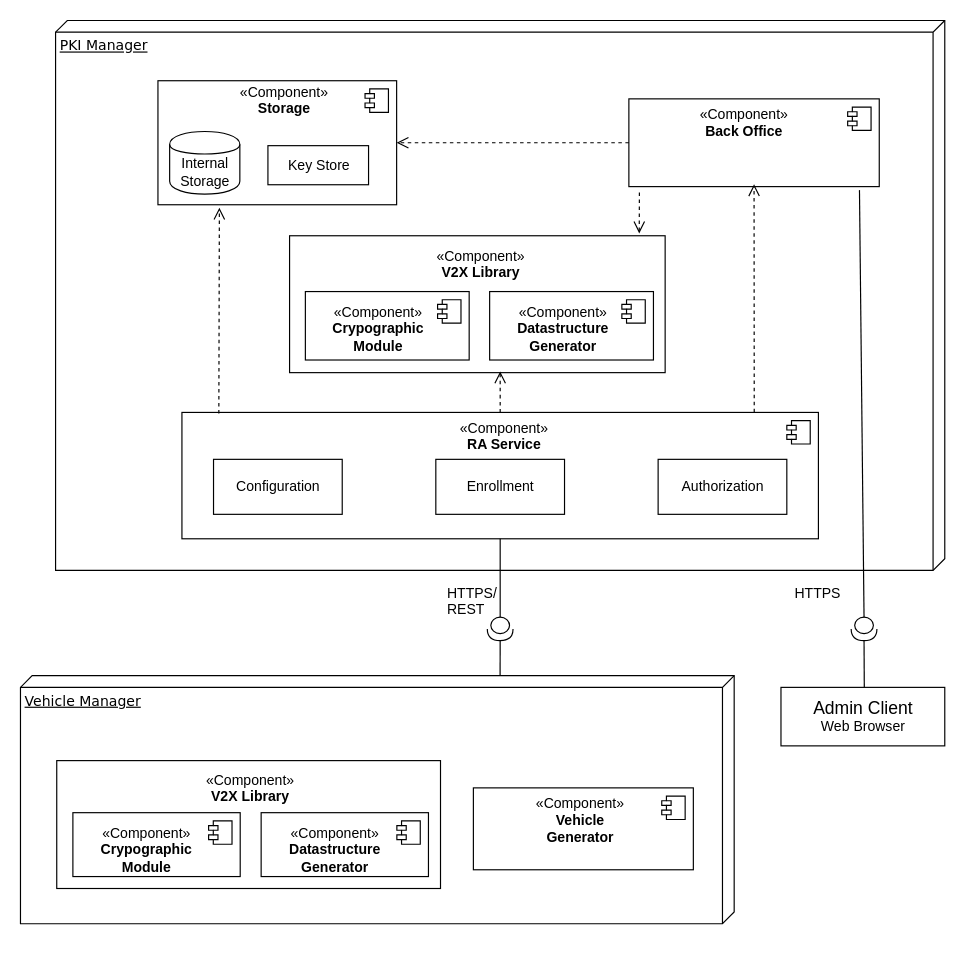
Earlier version of the draw.io diagram LaTeX_v7/Figures/source_files/architecture.drawio (LeonardoGoncalves94/chamenta3). Source tidied: cells renumbered, new cells numbered last; positions are measured from the earlier drawing's top-left corner, leaving out a move shared by most shapes. Both pictures are drawn from the tidied source at 117%, with x=0, y=0 at pixel (20, 20).
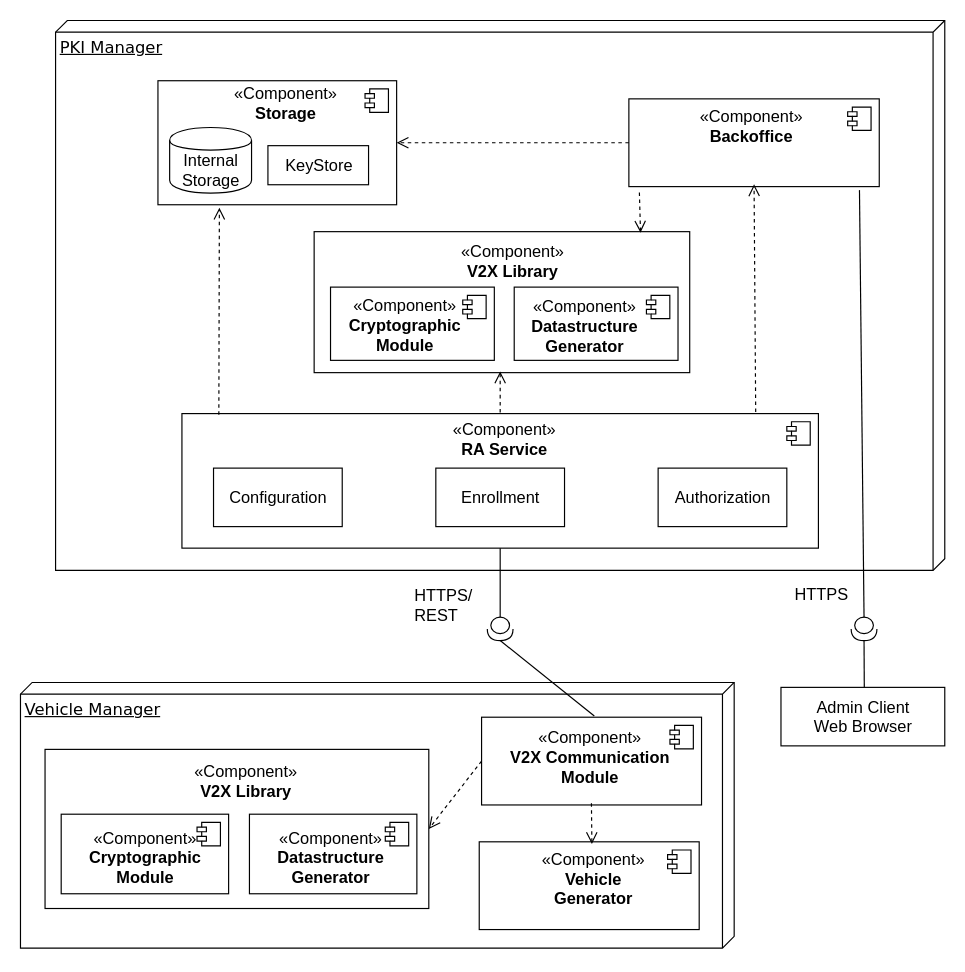
Above is the later version.

Unchanged cells that the change refers to:
```xml
<mxCell id="3" style="html=1;" parent="1" vertex="1">
  <mxGeometry x="117.5" y="51.5" width="204" height="106" as="geometry" />
</mxCell>
<mxCell id="14" style="html=1;" parent="1" vertex="1">
  <mxGeometry x="520" y="67" width="214" height="75" as="geometry" />
</mxCell>
<mxCell id="17" style="shape=providedRequiredInterface;html=1;verticalLabelPosition=bottom;direction=south;" parent="1" vertex="1">
  <mxGeometry x="399" y="510" width="22" height="20" as="geometry" />
</mxCell>
```

The edit, as a diff of the source:
```diff
@@
-    <mxCell id="2" value="PKI Manager" style="verticalAlign=top;align=left;spacingTop=8;spacingLeft=2;spacingRight=12;shape=cube;size=10;direction=south;fontStyle=4;html=1;rounded=0;shadow=0;comic=0;labelBackgroundColor=none;strokeColor=#000000;strokeWidth=1;fillColor=#ffffff;fontFamily=Verdana;fontSize=12;fontColor=#000000;" parent="1" vertex="1">
+    <mxCell id="2" value="&lt;font style=&quot;font-size: 14px&quot;&gt;PKI Manager&lt;/font&gt;" style="verticalAlign=top;align=left;spacingTop=8;spacingLeft=2;spacingRight=12;shape=cube;size=10;direction=south;fontStyle=4;html=1;rounded=0;shadow=0;comic=0;labelBackgroundColor=none;strokeColor=#000000;strokeWidth=1;fillColor=#ffffff;fontFamily=Verdana;fontSize=12;fontColor=#000000;" parent="1" vertex="1">
       <mxGeometry x="30" width="760" height="470" as="geometry" />
     </mxCell>
@@
-    <mxCell id="5" value="&lt;div align=&quot;center&quot;&gt;«Component» &lt;br&gt;&lt;/div&gt;&lt;div align=&quot;center&quot;&gt;&lt;b&gt;Storage&lt;/b&gt;&lt;/div&gt;" style="text;html=1;" parent="3" vertex="1">
-      <mxGeometry x="68" y="-3.7" width="150" height="20" as="geometry" />
+    <mxCell id="5" value="&lt;div align=&quot;center&quot; style=&quot;font-size: 14px&quot;&gt;&lt;font style=&quot;font-size: 14px&quot;&gt;«Component» &lt;br&gt;&lt;/font&gt;&lt;/div&gt;&lt;div align=&quot;center&quot; style=&quot;font-size: 14px&quot;&gt;&lt;b&gt;&lt;font style=&quot;font-size: 14px&quot;&gt;Storage&lt;/font&gt;&lt;/b&gt;&lt;/div&gt;" style="text;html=1;" parent="3" vertex="1">
+      <mxGeometry x="63" y="-3.7" width="150" height="20" as="geometry" />
     </mxCell>
-    <mxCell id="6" value="&lt;div&gt;Internal&lt;/div&gt;&lt;div&gt;Storage&lt;br&gt;&lt;/div&gt;" style="shape=cylinder;whiteSpace=wrap;html=1;boundedLbl=1;backgroundOutline=1;" parent="3" vertex="1">
-      <mxGeometry x="10" y="43.4" width="60" height="53.5" as="geometry" />
+    <mxCell id="6" value="&lt;div style=&quot;font-size: 14px&quot;&gt;&lt;font style=&quot;font-size: 14px&quot;&gt;Internal&lt;/font&gt;&lt;/div&gt;&lt;div style=&quot;font-size: 14px&quot;&gt;&lt;font style=&quot;font-size: 14px&quot;&gt;Storage&lt;/font&gt;&lt;br&gt;&lt;/div&gt;" style="shape=cylinder;whiteSpace=wrap;html=1;boundedLbl=1;backgroundOutline=1;" parent="3" vertex="1">
+      <mxGeometry x="10" y="40" width="70" height="56" as="geometry" />
     </mxCell>
-    <mxCell id="7" value="Key Store" style="html=1;" parent="3" vertex="1">
+    <mxCell id="7" value="&lt;font style=&quot;font-size: 14px&quot;&gt;KeyStore&lt;/font&gt;" style="html=1;" parent="3" vertex="1">
       <mxGeometry x="94" y="55.5" width="86" height="33.4" as="geometry" />
     </mxCell>
     <mxCell id="8" style="html=1;" parent="1" vertex="1">
-      <mxGeometry x="138" y="335" width="544" height="108" as="geometry" />
+      <mxGeometry x="138" y="336" width="544" height="115" as="geometry" />
     </mxCell>
@@
-    <mxCell id="10" value="&lt;div align=&quot;center&quot;&gt;«Component»&lt;/div&gt;&lt;div align=&quot;center&quot;&gt;&lt;b&gt; RA Service&lt;/b&gt;&lt;/div&gt;" style="text;html=1;" parent="8" vertex="1">
-      <mxGeometry x="236.2" y="0.1" width="291.4" height="36" as="geometry" />
+    <mxCell id="10" value="&lt;div align=&quot;center&quot; style=&quot;font-size: 14px&quot;&gt;&lt;font style=&quot;font-size: 14px&quot;&gt;«Component»&lt;/font&gt;&lt;/div&gt;&lt;div align=&quot;center&quot; style=&quot;font-size: 14px&quot;&gt;&lt;b&gt;&lt;font style=&quot;font-size: 14px&quot;&gt; RA Service&lt;/font&gt;&lt;/b&gt;&lt;/div&gt;" style="text;html=1;" parent="8" vertex="1">
+      <mxGeometry x="230" y="-1.1" width="300" height="38.3" as="geometry" />
     </mxCell>
-    <mxCell id="11" value="Configuration" style="html=1;" parent="8" vertex="1">
-      <mxGeometry x="27" y="40.1" width="110" height="47" as="geometry" />
+    <mxCell id="11" value="&lt;font style=&quot;font-size: 14px&quot;&gt;Configuration&lt;/font&gt;" style="html=1;" parent="8" vertex="1">
+      <mxGeometry x="27" y="46.6" width="110" height="50" as="geometry" />
     </mxCell>
-    <mxCell id="12" value="Enrollment" style="html=1;" parent="8" vertex="1">
-      <mxGeometry x="217" y="40.1" width="110" height="47" as="geometry" />
+    <mxCell id="12" value="&lt;font style=&quot;font-size: 14px&quot;&gt;Enrollment&lt;/font&gt;" style="html=1;" parent="8" vertex="1">
+      <mxGeometry x="217" y="46.6" width="110" height="50" as="geometry" />
     </mxCell>
-    <mxCell id="13" value="Authorization" style="html=1;" parent="8" vertex="1">
-      <mxGeometry x="407" y="40.1" width="110" height="47" as="geometry" />
+    <mxCell id="13" value="&lt;font style=&quot;font-size: 14px&quot;&gt;Authorization&lt;/font&gt;" style="html=1;" parent="8" vertex="1">
+      <mxGeometry x="407" y="46.6" width="110" height="50" as="geometry" />
     </mxCell>
@@
-    <mxCell id="16" value="&lt;div align=&quot;center&quot;&gt;«Component»&lt;/div&gt;&lt;div align=&quot;center&quot;&gt;&lt;b&gt;Back Office&lt;/b&gt;&lt;/div&gt;" style="text;html=1;" parent="14" vertex="1">
+    <mxCell id="16" value="&lt;div align=&quot;center&quot; style=&quot;font-size: 14px&quot;&gt;&lt;font style=&quot;font-size: 14px&quot;&gt;«Component»&lt;/font&gt;&lt;/div&gt;&lt;div align=&quot;center&quot; style=&quot;font-size: 14px&quot;&gt;&lt;b&gt;&lt;font style=&quot;font-size: 14px&quot;&gt;Backoffice&lt;/font&gt;&lt;/b&gt;&lt;/div&gt;" style="text;html=1;" parent="14" vertex="1">
       <mxGeometry x="59.4" width="178.3" height="25" as="geometry" />
     </mxCell>
@@
     <mxCell id="19" style="group;" parent="1" vertex="1">
-      <mxGeometry x="230" y="184" width="321" height="117" as="geometry" />
+      <mxGeometry x="251" y="190" width="321" height="111" as="geometry" />
     </mxCell>
     <mxCell id="20" style="html=1;" parent="19" vertex="1">
-      <mxGeometry width="321" height="117" as="geometry" />
+      <mxGeometry y="-9.5" width="321" height="120.5" as="geometry" />
     </mxCell>
-    <mxCell id="21" value="&lt;div align=&quot;center&quot;&gt;«Component»&lt;b&gt;&lt;br&gt;&lt;/b&gt;&lt;/div&gt;&lt;div align=&quot;center&quot;&gt;&lt;b&gt;V2X Library&lt;br&gt;&lt;/b&gt;&lt;/div&gt;" style="text;html=1;" parent="19" vertex="1">
-      <mxGeometry x="123.5" y="3.6" width="150" height="64.2" as="geometry" />
+    <mxCell id="21" value="&lt;div align=&quot;center&quot; style=&quot;font-size: 14px&quot;&gt;&lt;font style=&quot;font-size: 14px&quot;&gt;«Component»&lt;b&gt;&lt;br&gt;&lt;/b&gt;&lt;/font&gt;&lt;/div&gt;&lt;div align=&quot;center&quot; style=&quot;font-size: 14px&quot;&gt;&lt;b&gt;&lt;font style=&quot;font-size: 14px&quot;&gt;V2X Library&lt;/font&gt;&lt;br&gt;&lt;/b&gt;&lt;/div&gt;" style="text;html=1;" parent="19" vertex="1">
+      <mxGeometry x="123.5" y="-7" width="150" height="60.9" as="geometry" />
     </mxCell>
     <mxCell id="22" style="html=1;" parent="19" vertex="1">
-      <mxGeometry x="171" y="47.7" width="140" height="58.5" as="geometry" />
+      <mxGeometry x="171" y="37.9" width="140" height="62.6" as="geometry" />
     </mxCell>
@@
-    <mxCell id="24" value="&lt;div align=&quot;center&quot;&gt;«Component»&lt;/div&gt;&lt;div align=&quot;center&quot;&gt;&lt;b&gt;Datastructure&lt;/b&gt;&lt;/div&gt;&lt;div align=&quot;center&quot;&gt;&lt;b&gt;Generator&lt;/b&gt;&lt;br&gt;&lt;/div&gt;" style="text;html=1;" parent="22" vertex="1">
-      <mxGeometry x="21.5" y="4.5" width="81.2" height="31.5" as="geometry" />
+    <mxCell id="24" value="&lt;div align=&quot;center&quot; style=&quot;font-size: 14px&quot;&gt;&lt;font style=&quot;font-size: 14px&quot;&gt;«Component»&lt;/font&gt;&lt;/div&gt;&lt;div align=&quot;center&quot; style=&quot;font-size: 14px&quot;&gt;&lt;b&gt;&lt;font style=&quot;font-size: 14px&quot;&gt;Datastructure&lt;/font&gt;&lt;/b&gt;&lt;/div&gt;&lt;div align=&quot;center&quot; style=&quot;font-size: 14px&quot;&gt;&lt;b&gt;&lt;font style=&quot;font-size: 14px&quot;&gt;Generator&lt;/font&gt;&lt;/b&gt;&lt;br&gt;&lt;/div&gt;" style="text;html=1;" parent="22" vertex="1">
+      <mxGeometry x="12.5" y="2" width="81.2" height="33.7" as="geometry" />
     </mxCell>
     <mxCell id="25" style="html=1;" parent="19" vertex="1">
-      <mxGeometry x="13.5" y="47.7" width="140" height="58.5" as="geometry" />
+      <mxGeometry x="14" y="37.9" width="140" height="62.6" as="geometry" />
     </mxCell>
@@
-    <mxCell id="27" value="&lt;div align=&quot;center&quot;&gt;«Component»&lt;/div&gt;&lt;div align=&quot;center&quot;&gt;&lt;b&gt;Crypographic&lt;/b&gt;&lt;/div&gt;&lt;div align=&quot;center&quot;&gt;&lt;b&gt;Module&lt;br&gt;&lt;/b&gt;&lt;/div&gt;" style="text;html=1;" parent="25" vertex="1">
-      <mxGeometry x="21.8" y="4.4" width="77.1" height="19.5" as="geometry" />
+    <mxCell id="27" value="&lt;div align=&quot;center&quot; style=&quot;font-size: 14px&quot;&gt;&lt;font style=&quot;font-size: 14px&quot;&gt;«Component»&lt;/font&gt;&lt;/div&gt;&lt;div align=&quot;center&quot; style=&quot;font-size: 14px&quot;&gt;&lt;b&gt;&lt;font style=&quot;font-size: 14px&quot;&gt;Crypt&lt;/font&gt;&lt;/b&gt;&lt;b style=&quot;text-align: left&quot;&gt;ographic&lt;/b&gt;&lt;/div&gt;&lt;div align=&quot;center&quot; style=&quot;font-size: 14px&quot;&gt;&lt;b&gt;&lt;font style=&quot;font-size: 14px&quot;&gt;Module&lt;/font&gt;&lt;br&gt;&lt;/b&gt;&lt;/div&gt;" style="text;html=1;" parent="25" vertex="1">
+      <mxGeometry x="13.8" y="0.9" width="77.1" height="20.9" as="geometry" />
     </mxCell>
-    <mxCell id="28" value="&lt;div&gt;&lt;font style=&quot;font-size: 12px&quot;&gt;HTTPS/&lt;/font&gt;&lt;/div&gt;&lt;div&gt;&lt;font style=&quot;font-size: 12px&quot;&gt;REST&lt;/font&gt;&lt;/div&gt;" style="text;html=1;align=left;verticalAlign=top;spacingTop=-4;" parent="1" vertex="1">
-      <mxGeometry x="362.5" y="480" width="60" height="30" as="geometry" />
+    <mxCell id="28" value="&lt;div style=&quot;font-size: 14px&quot;&gt;&lt;font style=&quot;font-size: 14px&quot;&gt;HTTPS/&lt;/font&gt;&lt;/div&gt;&lt;div style=&quot;font-size: 14px&quot;&gt;&lt;font style=&quot;font-size: 14px&quot;&gt;REST&lt;/font&gt;&lt;/div&gt;" style="text;html=1;align=left;verticalAlign=top;spacingTop=-4;" parent="1" vertex="1">
+      <mxGeometry x="335" y="481" width="70" height="30" as="geometry" />
     </mxCell>
@@
-    <mxCell id="32" style="html=1;verticalAlign=bottom;endArrow=open;dashed=1;endSize=8;exitX=0.042;exitY=1.067;exitDx=0;exitDy=0;exitPerimeter=0;entryX=0.931;entryY=-0.017;entryDx=0;entryDy=0;entryPerimeter=0;" parent="1" edge="1" source="14" target="20">
+    <mxCell id="32" style="html=1;verticalAlign=bottom;endArrow=open;dashed=1;endSize=8;exitX=0.042;exitY=1.067;exitDx=0;exitDy=0;exitPerimeter=0;entryX=0.869;entryY=0.007;entryDx=0;entryDy=0;entryPerimeter=0;" parent="1" edge="1" source="14" target="20">
       <mxGeometry relative="1" as="geometry" />
     </mxCell>
@@
     <mxCell id="34" style="group;" parent="1" vertex="1">
-      <mxGeometry x="30" y="563" width="610" height="212" as="geometry" />
+      <mxGeometry x="30" y="569" width="610" height="227" as="geometry" />
     </mxCell>
-    <mxCell id="35" value="Vehicle Manager" style="verticalAlign=top;align=left;spacingTop=8;spacingLeft=2;spacingRight=12;shape=cube;size=10;direction=south;fontStyle=4;html=1;rounded=0;shadow=0;comic=0;labelBackgroundColor=none;strokeColor=#000000;strokeWidth=1;fillColor=#ffffff;fontFamily=Verdana;fontSize=12;fontColor=#000000;" parent="34" vertex="1">
-      <mxGeometry x="-30" y="-3" width="610" height="212" as="geometry" />
+    <mxCell id="35" value="&lt;font style=&quot;font-size: 14px&quot;&gt;Vehicle Manager&lt;/font&gt;" style="verticalAlign=top;align=left;spacingTop=8;spacingLeft=2;spacingRight=12;shape=cube;size=10;direction=south;fontStyle=4;html=1;rounded=0;shadow=0;comic=0;labelBackgroundColor=none;strokeColor=#000000;strokeWidth=1;fillColor=#ffffff;fontFamily=Verdana;fontSize=12;fontColor=#000000;" parent="34" vertex="1">
+      <mxGeometry x="-30" y="-3.2" width="610" height="227" as="geometry" />
     </mxCell>
     <mxCell id="36" style="group;" parent="34" vertex="1">
-      <mxGeometry x="1" y="69.6" width="328" height="109.3" as="geometry" />
+      <mxGeometry x="-9" y="54" width="328" height="136" as="geometry" />
     </mxCell>
     <mxCell id="37" style="html=1;" parent="36" vertex="1">
-      <mxGeometry width="328" height="109.3" as="geometry" />
+      <mxGeometry width="328" height="136" as="geometry" />
     </mxCell>
-    <mxCell id="38" value="&lt;div align=&quot;center&quot;&gt;«Component»&lt;b&gt;&lt;br&gt;&lt;/b&gt;&lt;/div&gt;&lt;div align=&quot;center&quot;&gt;&lt;b&gt;V2X Library&lt;br&gt;&lt;/b&gt;&lt;/div&gt;" style="text;html=1;" parent="36" vertex="1">
-      <mxGeometry x="126.2" y="3.4" width="153.3" height="60" as="geometry" />
+    <mxCell id="38" value="&lt;div align=&quot;center&quot; style=&quot;font-size: 14px&quot;&gt;&lt;font style=&quot;font-size: 14px&quot;&gt;«Component»&lt;b&gt;&lt;br&gt;&lt;/b&gt;&lt;/font&gt;&lt;/div&gt;&lt;div align=&quot;center&quot; style=&quot;font-size: 14px&quot;&gt;&lt;b&gt;&lt;font style=&quot;font-size: 14px&quot;&gt;V2X Library&lt;/font&gt;&lt;br&gt;&lt;/b&gt;&lt;/div&gt;" style="text;html=1;" parent="36" vertex="1">
+      <mxGeometry x="126.2" y="4.2" width="153.3" height="74.6" as="geometry" />
     </mxCell>
     <mxCell id="39" style="html=1;" parent="36" vertex="1">
-      <mxGeometry x="174.7" y="44.5" width="143" height="54.6" as="geometry" />
+      <mxGeometry x="174.7" y="55.4" width="143.1" height="68" as="geometry" />
     </mxCell>
@@
-    <mxCell id="41" value="&lt;div align=&quot;center&quot;&gt;«Component»&lt;/div&gt;&lt;div align=&quot;center&quot;&gt;&lt;b&gt;Datastructure&lt;/b&gt;&lt;/div&gt;&lt;div align=&quot;center&quot;&gt;&lt;b&gt;Generator&lt;/b&gt;&lt;br&gt;&lt;/div&gt;" style="text;html=1;" parent="39" vertex="1">
-      <mxGeometry x="21.9" y="4.2" width="83" height="29.4" as="geometry" />
+    <mxCell id="41" value="&lt;div align=&quot;center&quot; style=&quot;font-size: 14px&quot;&gt;&lt;font style=&quot;font-size: 14px&quot;&gt;«Component»&lt;/font&gt;&lt;/div&gt;&lt;div align=&quot;center&quot; style=&quot;font-size: 14px&quot;&gt;&lt;b&gt;&lt;font style=&quot;font-size: 14px&quot;&gt;Datastructure&lt;/font&gt;&lt;/b&gt;&lt;/div&gt;&lt;div align=&quot;center&quot; style=&quot;font-size: 14px&quot;&gt;&lt;b&gt;&lt;font style=&quot;font-size: 14px&quot;&gt;Generator&lt;/font&gt;&lt;/b&gt;&lt;br&gt;&lt;/div&gt;" style="text;html=1;" parent="39" vertex="1">
+      <mxGeometry x="21.9" y="5.2" width="83" height="36.6" as="geometry" />
     </mxCell>
     <mxCell id="42" style="html=1;" parent="36" vertex="1">
-      <mxGeometry x="13.8" y="44.5" width="143" height="54.6" as="geometry" />
+      <mxGeometry x="13.8" y="55.4" width="143.1" height="68" as="geometry" />
     </mxCell>
@@
-    <mxCell id="44" value="&lt;div align=&quot;center&quot;&gt;«Component»&lt;/div&gt;&lt;div align=&quot;center&quot;&gt;&lt;b&gt;Crypographic&lt;/b&gt;&lt;/div&gt;&lt;div align=&quot;center&quot;&gt;&lt;b&gt;Module&lt;br&gt;&lt;/b&gt;&lt;/div&gt;" style="text;html=1;" parent="42" vertex="1">
-      <mxGeometry x="22.3" y="4.1" width="78.8" height="18.2" as="geometry" />
+    <mxCell id="44" value="&lt;div align=&quot;center&quot; style=&quot;font-size: 14px&quot;&gt;&lt;font style=&quot;font-size: 14px&quot;&gt;«Component»&lt;/font&gt;&lt;/div&gt;&lt;div align=&quot;center&quot; style=&quot;font-size: 14px&quot;&gt;&lt;b&gt;&lt;font style=&quot;font-size: 14px&quot;&gt;Cryptographic&lt;/font&gt;&lt;/b&gt;&lt;/div&gt;&lt;div align=&quot;center&quot; style=&quot;font-size: 14px&quot;&gt;&lt;b&gt;&lt;font style=&quot;font-size: 14px&quot;&gt;Module&lt;/font&gt;&lt;br&gt;&lt;/b&gt;&lt;/div&gt;" style="text;html=1;" parent="42" vertex="1">
+      <mxGeometry x="22.3" y="5.1" width="78.8" height="22.7" as="geometry" />
     </mxCell>
     <mxCell id="45" style="html=1;" parent="34" vertex="1">
-      <mxGeometry x="357.1" y="92.9" width="188" height="70" as="geometry" />
+      <mxGeometry x="364.1" y="26.5" width="188" height="75" as="geometry" />
     </mxCell>
@@
-    <mxCell id="47" value="&lt;div align=&quot;center&quot;&gt;«Component»&lt;/div&gt;&lt;div align=&quot;center&quot;&gt;&lt;b&gt;Vehicle&lt;/b&gt;&lt;/div&gt;&lt;div align=&quot;center&quot;&gt;&lt;b&gt;Generator&lt;/b&gt;&lt;br&gt;&lt;/div&gt;" style="text;html=1;" parent="45" vertex="1">
-      <mxGeometry x="52.2" width="156.7" height="23.3" as="geometry" />
+    <mxCell id="47" value="&lt;div align=&quot;center&quot; style=&quot;font-size: 14px&quot;&gt;&lt;font style=&quot;font-size: 14px&quot;&gt;«Component»&lt;/font&gt;&lt;/div&gt;&lt;div align=&quot;center&quot; style=&quot;font-size: 14px&quot;&gt;&lt;b&gt;V2X Communication&lt;/b&gt;&lt;/div&gt;&lt;div align=&quot;center&quot; style=&quot;font-size: 14px&quot;&gt;&lt;b&gt;Module&lt;/b&gt;&lt;/div&gt;" style="text;html=1;" parent="45" vertex="1">
+      <mxGeometry x="22.7" y="2.5" width="156.7" height="25" as="geometry" />
     </mxCell>
+    <mxCell id="54" style="html=1;" parent="34" vertex="1">
+      <mxGeometry x="362.1" y="133" width="188" height="75" as="geometry" />
+    </mxCell>
+    <mxCell id="55" style="shape=component;jettyWidth=8;jettyHeight=4;" parent="54" vertex="1">
+      <mxGeometry x="1" width="20" height="20" relative="1" as="geometry">
+        <mxPoint x="-27" y="7" as="offset" />
+      </mxGeometry>
+    </mxCell>
+    <mxCell id="56" value="&lt;div align=&quot;center&quot; style=&quot;font-size: 14px&quot;&gt;&lt;font style=&quot;font-size: 14px&quot;&gt;«Component»&lt;/font&gt;&lt;/div&gt;&lt;div align=&quot;center&quot; style=&quot;font-size: 14px&quot;&gt;&lt;b&gt;&lt;font style=&quot;font-size: 14px&quot;&gt;Vehicle&lt;/font&gt;&lt;/b&gt;&lt;/div&gt;&lt;div align=&quot;center&quot; style=&quot;font-size: 14px&quot;&gt;&lt;b&gt;&lt;font style=&quot;font-size: 14px&quot;&gt;Generator&lt;/font&gt;&lt;/b&gt;&lt;br&gt;&lt;/div&gt;" style="text;html=1;" parent="54" vertex="1">
+      <mxGeometry x="52.2" width="156.7" height="25" as="geometry" />
+    </mxCell>
+    <mxCell id="57" style="html=1;verticalAlign=bottom;endArrow=open;dashed=1;endSize=8;exitX=0;exitY=0.5;exitDx=0;exitDy=0;entryX=1;entryY=0.5;entryDx=0;entryDy=0;" parent="34" edge="1" source="45" target="37">
+      <mxGeometry relative="1" as="geometry" />
+    </mxCell>
+    <mxCell id="58" style="html=1;verticalAlign=bottom;endArrow=open;dashed=1;endSize=8;entryX=0.281;entryY=0.156;entryDx=0;entryDy=0;entryPerimeter=0;" parent="34" edge="1">
+      <mxGeometry relative="1" as="geometry">
+        <mxPoint x="458" y="100" as="sourcePoint" />
+        <mxPoint x="458.4" y="134.9" as="targetPoint" />
+      </mxGeometry>
+    </mxCell>
-    <mxCell id="48" style="endArrow=none;html=1;entryX=1;entryY=0.5;entryDx=0;entryDy=0;entryPerimeter=0;exitX=0;exitY=0.328;exitDx=0;exitDy=0;exitPerimeter=0;" parent="1" edge="1" source="35" target="17">
+    <mxCell id="48" style="endArrow=none;html=1;entryX=1;entryY=0.5;entryDx=0;entryDy=0;entryPerimeter=0;exitX=0.47;exitY=-0.142;exitDx=0;exitDy=0;exitPerimeter=0;" parent="1" edge="1" source="47" target="17">
       <mxGeometry relative="1" as="geometry" />
     </mxCell>
@@
-    <mxCell id="52" value="&lt;div style=&quot;font-size: 15px&quot;&gt;Admin Client&lt;/div&gt;&lt;div&gt;Web Browser&lt;br&gt;&lt;/div&gt;" style="html=1;" parent="1" vertex="1">
+    <mxCell id="52" value="&lt;div style=&quot;font-size: 14px&quot;&gt;&lt;font style=&quot;font-size: 14px&quot;&gt;Admin Client&lt;/font&gt;&lt;/div&gt;&lt;div style=&quot;font-size: 14px&quot;&gt;&lt;font style=&quot;font-size: 14px&quot;&gt;Web Browser&lt;/font&gt;&lt;br&gt;&lt;/div&gt;" style="html=1;" parent="1" vertex="1">
       <mxGeometry x="650" y="570" width="140" height="50" as="geometry" />
     </mxCell>
-    <mxCell id="53" value="&lt;div&gt;&lt;font style=&quot;font-size: 12px&quot;&gt;HTTPS&lt;/font&gt;&lt;/div&gt;" style="text;html=1;align=left;verticalAlign=top;spacingTop=-4;" parent="1" vertex="1">
-      <mxGeometry x="660" y="480" width="50" height="20" as="geometry" />
+    <mxCell id="53" value="&lt;div&gt;&lt;font style=&quot;font-size: 14px&quot;&gt;HTTPS&lt;/font&gt;&lt;/div&gt;" style="text;html=1;align=left;verticalAlign=top;spacingTop=-4;" parent="1" vertex="1">
+      <mxGeometry x="660" y="480" width="60" height="20" as="geometry" />
     </mxCell>
```
